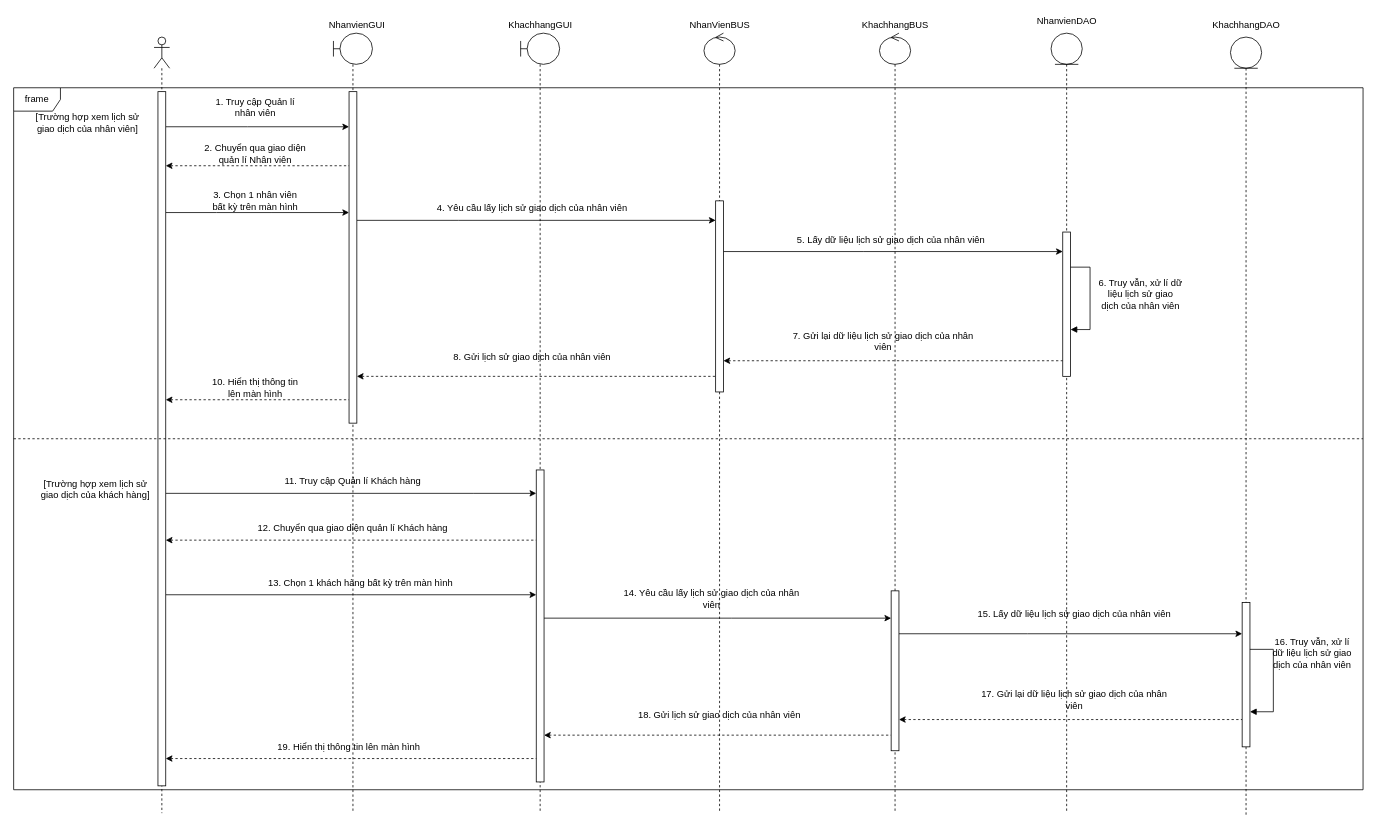
Above: Sequence Diagrams/Quân Phạm/SD_XemLịchSửGiaoDịch.drawio in EdgarIgnite16/OOAD-Project (draw.io), before the change. Source tidied: cells renumbered, new cells numbered last; positions are measured from the earlier drawing's top-left corner, leaving out a move shared by most shapes. Both pictures are drawn from the tidied source at 78%, with x=0, y=0 at pixel (13, 13).
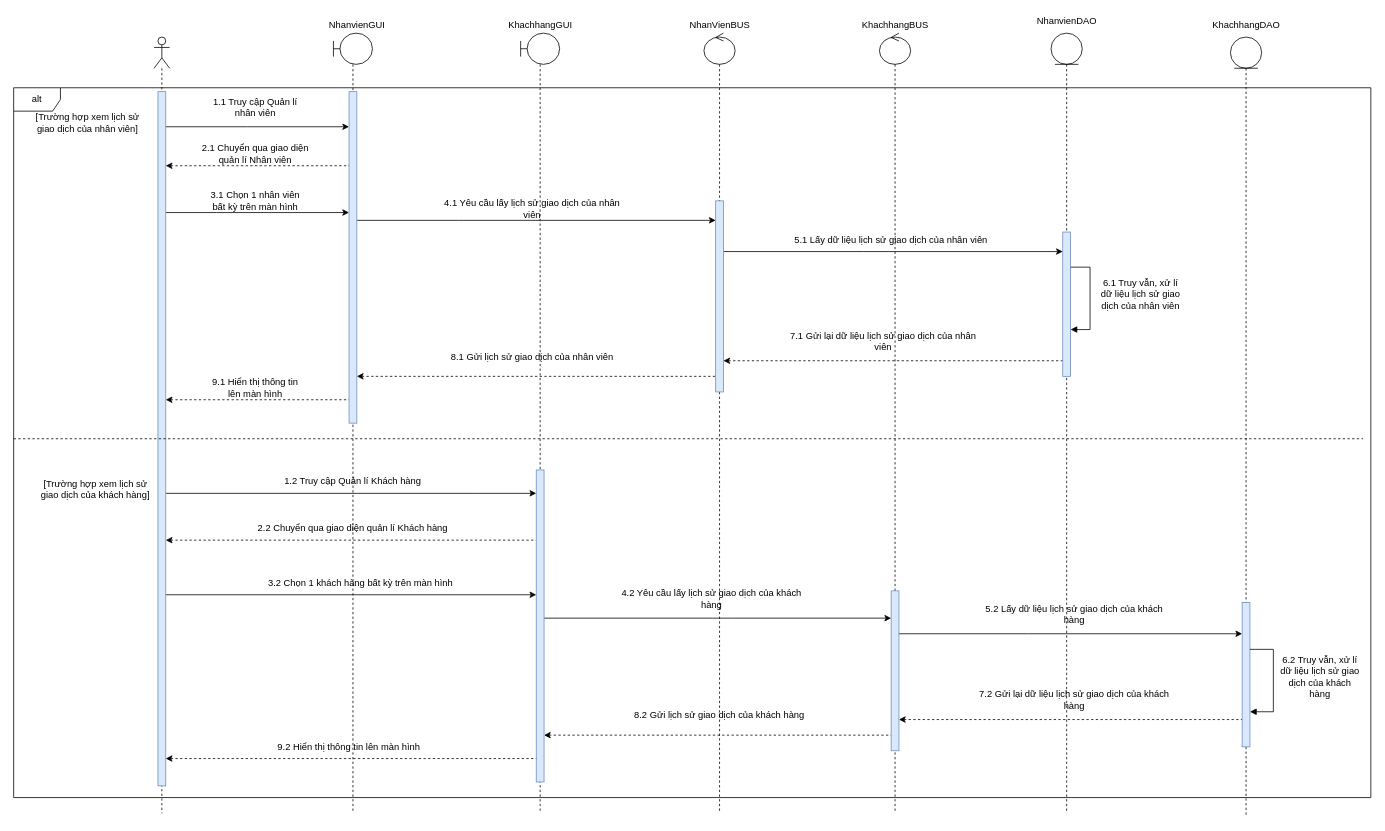
After the change.

The change refers to these unchanged cells:
```xml
<mxCell id="35" style="shape=umlLifeline;participant=umlActor;perimeter=lifelinePerimeter;whiteSpace=wrap;html=1;verticalAlign=top;spacingTop=36;" parent="1" vertex="1">
  <mxGeometry x="180" y="30" width="20" height="995" as="geometry" />
</mxCell>
<mxCell id="37" style="shape=umlLifeline;participant=umlBoundary;perimeter=lifelinePerimeter;whiteSpace=wrap;html=1;verticalAlign=top;spacingTop=36;" parent="1" vertex="1">
  <mxGeometry x="410" y="25" width="50" height="1000" as="geometry" />
</mxCell>
<mxCell id="39" style="shape=umlLifeline;participant=umlBoundary;perimeter=lifelinePerimeter;whiteSpace=wrap;html=1;verticalAlign=top;spacingTop=36;" parent="1" vertex="1">
  <mxGeometry x="650" y="25" width="50" height="1000" as="geometry" />
</mxCell>
<mxCell id="41" style="shape=umlLifeline;participant=umlControl;perimeter=lifelinePerimeter;whiteSpace=wrap;html=1;verticalAlign=top;spacingTop=36;" parent="1" vertex="1">
  <mxGeometry x="885" y="25" width="40" height="1000" as="geometry" />
</mxCell>
<mxCell id="43" style="shape=umlLifeline;participant=umlControl;perimeter=lifelinePerimeter;whiteSpace=wrap;html=1;verticalAlign=top;spacingTop=36;" parent="1" vertex="1">
  <mxGeometry x="1110" y="25" width="40" height="1000" as="geometry" />
</mxCell>
<mxCell id="45" style="shape=umlLifeline;participant=umlEntity;perimeter=lifelinePerimeter;whiteSpace=wrap;html=1;verticalAlign=top;spacingTop=36;" parent="1" vertex="1">
  <mxGeometry x="1330" y="25" width="40" height="1000" as="geometry" />
</mxCell>
<mxCell id="48" style="shape=umlLifeline;participant=umlEntity;perimeter=lifelinePerimeter;whiteSpace=wrap;html=1;verticalAlign=top;spacingTop=36;" parent="1" vertex="1">
  <mxGeometry x="1560" y="30" width="40" height="1000" as="geometry" />
</mxCell>
```

The edit, as a diff of the source:
```diff
@@
-    <mxCell id="3" value="1. Truy cập Quản lí nhân viên" style="text;html=1;strokeColor=none;fillColor=none;align=center;verticalAlign=middle;whiteSpace=wrap;rounded=0;" parent="1" vertex="1">
+    <mxCell id="3" value="1.1 Truy cập Quản lí nhân viên" style="text;html=1;strokeColor=none;fillColor=none;align=center;verticalAlign=middle;whiteSpace=wrap;rounded=0;" parent="1" vertex="1">
       <mxGeometry x="250" y="105" width="120" height="30" as="geometry" />
     </mxCell>
@@
-    <mxCell id="5" value="12. Chuyển qua giao diện quản lí Khách hàng" style="text;html=1;strokeColor=none;fillColor=none;align=center;verticalAlign=middle;whiteSpace=wrap;rounded=0;" parent="1" vertex="1">
+    <mxCell id="5" value="2.2 Chuyển qua giao diện quản lí Khách hàng" style="text;html=1;strokeColor=none;fillColor=none;align=center;verticalAlign=middle;whiteSpace=wrap;rounded=0;" parent="1" vertex="1">
       <mxGeometry x="275" y="645" width="320" height="30" as="geometry" />
     </mxCell>
@@
-    <mxCell id="7" value="3. Chọn 1 nhân viên bất kỳ trên màn hình" style="text;html=1;strokeColor=none;fillColor=none;align=center;verticalAlign=middle;whiteSpace=wrap;rounded=0;" parent="1" vertex="1">
+    <mxCell id="7" value="3.1 Chọn 1 nhân viên bất kỳ trên màn hình" style="text;html=1;strokeColor=none;fillColor=none;align=center;verticalAlign=middle;whiteSpace=wrap;rounded=0;" parent="1" vertex="1">
       <mxGeometry x="250" y="225" width="120" height="30" as="geometry" />
     </mxCell>
@@
-    <mxCell id="9" value="4. Yêu cầu lấy lịch sử giao dịch của nhân viên" style="text;html=1;strokeColor=none;fillColor=none;align=center;verticalAlign=middle;whiteSpace=wrap;rounded=0;" parent="1" vertex="1">
+    <mxCell id="9" value="4.1 Yêu cầu lấy lịch sử giao dịch của nhân viên" style="text;html=1;strokeColor=none;fillColor=none;align=center;verticalAlign=middle;whiteSpace=wrap;rounded=0;" parent="1" vertex="1">
       <mxGeometry x="540" y="235" width="250" height="30" as="geometry" />
     </mxCell>
@@
-    <mxCell id="11" value="5. Lấy dữ liệu lịch sử giao dịch của nhân viên" style="text;html=1;strokeColor=none;fillColor=none;align=center;verticalAlign=middle;whiteSpace=wrap;rounded=0;" parent="1" vertex="1">
+    <mxCell id="11" value="5.1 Lấy dữ liệu lịch sử giao dịch của nhân viên" style="text;html=1;strokeColor=none;fillColor=none;align=center;verticalAlign=middle;whiteSpace=wrap;rounded=0;" parent="1" vertex="1">
       <mxGeometry x="1000" y="275" width="250" height="30" as="geometry" />
     </mxCell>
-    <mxCell id="12" value="6. Truy vẫn, xử lí dữ liệu lịch sử giao&lt;br&gt;dịch của nhân viên" style="text;html=1;strokeColor=none;fillColor=none;align=center;verticalAlign=middle;whiteSpace=wrap;rounded=0;" parent="1" vertex="1">
+    <mxCell id="12" value="6.1 Truy vẫn, xử lí dữ liệu lịch sử giao&lt;br&gt;dịch của nhân viên" style="text;html=1;strokeColor=none;fillColor=none;align=center;verticalAlign=middle;whiteSpace=wrap;rounded=0;" parent="1" vertex="1">
       <mxGeometry x="1390" y="345" width="110" height="30" as="geometry" />
     </mxCell>
@@
-    <mxCell id="14" value="7. Gửi lại dữ liệu lịch sử giao dịch của nhân viên" style="text;html=1;strokeColor=none;fillColor=none;align=center;verticalAlign=middle;whiteSpace=wrap;rounded=0;" parent="1" vertex="1">
+    <mxCell id="14" value="7.1 Gửi lại dữ liệu lịch sử giao dịch của nhân viên" style="text;html=1;strokeColor=none;fillColor=none;align=center;verticalAlign=middle;whiteSpace=wrap;rounded=0;" parent="1" vertex="1">
       <mxGeometry x="990" y="405" width="250" height="30" as="geometry" />
     </mxCell>
@@
-    <mxCell id="16" value="8. Gửi lịch sử giao dịch của nhân viên" style="text;html=1;strokeColor=none;fillColor=none;align=center;verticalAlign=middle;whiteSpace=wrap;rounded=0;" parent="1" vertex="1">
+    <mxCell id="16" value="8.1 Gửi lịch sử giao dịch của nhân viên" style="text;html=1;strokeColor=none;fillColor=none;align=center;verticalAlign=middle;whiteSpace=wrap;rounded=0;" parent="1" vertex="1">
       <mxGeometry x="540" y="425" width="250" height="30" as="geometry" />
     </mxCell>
-    <mxCell id="17" value="10. Hiển thị thông tin lên màn hình" style="text;html=1;strokeColor=none;fillColor=none;align=center;verticalAlign=middle;whiteSpace=wrap;rounded=0;" parent="1" vertex="1">
+    <mxCell id="17" value="9.1 Hiển thị thông tin lên màn hình" style="text;html=1;strokeColor=none;fillColor=none;align=center;verticalAlign=middle;whiteSpace=wrap;rounded=0;" parent="1" vertex="1">
       <mxGeometry x="250" y="465" width="120" height="30" as="geometry" />
     </mxCell>
@@
-    <mxCell id="19" value="11. Truy cập Quản lí Khách hàng" style="text;html=1;strokeColor=none;fillColor=none;align=center;verticalAlign=middle;whiteSpace=wrap;rounded=0;" parent="1" vertex="1">
+    <mxCell id="19" value="1.2 Truy cập Quản lí Khách hàng" style="text;html=1;strokeColor=none;fillColor=none;align=center;verticalAlign=middle;whiteSpace=wrap;rounded=0;" parent="1" vertex="1">
       <mxGeometry x="330" y="585" width="210" height="30" as="geometry" />
     </mxCell>
@@
-    <mxCell id="21" value="16. Truy vẫn, xử lí dữ liệu lịch sử giao&lt;br&gt;dịch của nhân viên" style="text;html=1;strokeColor=none;fillColor=none;align=center;verticalAlign=middle;whiteSpace=wrap;rounded=0;" parent="1" vertex="1">
-      <mxGeometry x="1610" y="805" width="110" height="30" as="geometry" />
+    <mxCell id="21" value="6.2 Truy vẫn, xử lí dữ liệu lịch sử giao&lt;br&gt;dịch của khách hàng" style="text;html=1;strokeColor=none;fillColor=none;align=center;verticalAlign=middle;whiteSpace=wrap;rounded=0;" parent="1" vertex="1">
+      <mxGeometry x="1620" y="835" width="110" height="30" as="geometry" />
     </mxCell>
@@
-    <mxCell id="27" value="13. Chọn 1 khách hàng bất kỳ trên màn hình" style="text;html=1;strokeColor=none;fillColor=none;align=center;verticalAlign=middle;whiteSpace=wrap;rounded=0;" parent="1" vertex="1">
+    <mxCell id="27" value="3.2 Chọn 1 khách hàng bất kỳ trên màn hình" style="text;html=1;strokeColor=none;fillColor=none;align=center;verticalAlign=middle;whiteSpace=wrap;rounded=0;" parent="1" vertex="1">
       <mxGeometry x="300" y="715" width="290" height="30" as="geometry" />
     </mxCell>
-    <mxCell id="28" value="14. Yêu cầu lấy lịch sử giao dịch của nhân viên" style="text;html=1;strokeColor=none;fillColor=none;align=center;verticalAlign=middle;whiteSpace=wrap;rounded=0;" parent="1" vertex="1">
+    <mxCell id="28" value="4.2 Yêu cầu lấy lịch sử giao dịch của khách hàng" style="text;html=1;strokeColor=none;fillColor=none;align=center;verticalAlign=middle;whiteSpace=wrap;rounded=0;" parent="1" vertex="1">
       <mxGeometry x="770" y="735" width="250" height="30" as="geometry" />
     </mxCell>
-    <mxCell id="29" value="18. Gửi lịch sử giao dịch của nhân viên" style="text;html=1;strokeColor=none;fillColor=none;align=center;verticalAlign=middle;whiteSpace=wrap;rounded=0;" parent="1" vertex="1">
+    <mxCell id="29" value="8.2 Gửi lịch sử giao dịch của khách hàng" style="text;html=1;strokeColor=none;fillColor=none;align=center;verticalAlign=middle;whiteSpace=wrap;rounded=0;" parent="1" vertex="1">
       <mxGeometry x="780" y="885" width="250" height="30" as="geometry" />
     </mxCell>
-    <mxCell id="30" value="15. Lấy dữ liệu lịch sử giao dịch của nhân viên" style="text;html=1;strokeColor=none;fillColor=none;align=center;verticalAlign=middle;whiteSpace=wrap;rounded=0;" parent="1" vertex="1">
+    <mxCell id="30" value="5.2 Lấy dữ liệu lịch sử giao dịch của khách hàng" style="text;html=1;strokeColor=none;fillColor=none;align=center;verticalAlign=middle;whiteSpace=wrap;rounded=0;" parent="1" vertex="1">
       <mxGeometry x="1235" y="755" width="250" height="30" as="geometry" />
     </mxCell>
-    <mxCell id="31" value="17. Gửi lại dữ liệu lịch sử giao dịch của nhân viên" style="text;html=1;strokeColor=none;fillColor=none;align=center;verticalAlign=middle;whiteSpace=wrap;rounded=0;" parent="1" vertex="1">
+    <mxCell id="31" value="7.2 Gửi lại dữ liệu lịch sử giao dịch của khách hàng" style="text;html=1;strokeColor=none;fillColor=none;align=center;verticalAlign=middle;whiteSpace=wrap;rounded=0;" parent="1" vertex="1">
       <mxGeometry x="1235" y="865" width="250" height="30" as="geometry" />
     </mxCell>
-    <mxCell id="32" value="2. Chuyển qua giao diện quản lí Nhân viên" style="text;html=1;strokeColor=none;fillColor=none;align=center;verticalAlign=middle;whiteSpace=wrap;rounded=0;" parent="1" vertex="1">
+    <mxCell id="32" value="2.1 Chuyển qua giao diện quản lí Nhân viên" style="text;html=1;strokeColor=none;fillColor=none;align=center;verticalAlign=middle;whiteSpace=wrap;rounded=0;" parent="1" vertex="1">
       <mxGeometry x="240" y="165" width="140" height="30" as="geometry" />
     </mxCell>
@@
-    <mxCell id="36" style="html=1;points=[];perimeter=orthogonalPerimeter;" parent="35" vertex="1">
+    <mxCell id="36" style="html=1;points=[];perimeter=orthogonalPerimeter;fillColor=#dae8fc;strokeColor=#6c8ebf;" parent="35" vertex="1">
       <mxGeometry x="5" y="70" width="10" height="890" as="geometry" />
     </mxCell>
@@
-    <mxCell id="38" style="html=1;points=[];perimeter=orthogonalPerimeter;" parent="37" vertex="1">
+    <mxCell id="38" style="html=1;points=[];perimeter=orthogonalPerimeter;fillColor=#dae8fc;strokeColor=#6c8ebf;" parent="37" vertex="1">
       <mxGeometry x="20" y="75" width="10" height="425" as="geometry" />
     </mxCell>
@@
-    <mxCell id="40" style="html=1;points=[];perimeter=orthogonalPerimeter;" parent="39" vertex="1">
+    <mxCell id="40" style="html=1;points=[];perimeter=orthogonalPerimeter;fillColor=#dae8fc;strokeColor=#6c8ebf;" parent="39" vertex="1">
       <mxGeometry x="20" y="560" width="10" height="400" as="geometry" />
     </mxCell>
@@
-    <mxCell id="42" style="html=1;points=[];perimeter=orthogonalPerimeter;" parent="41" vertex="1">
+    <mxCell id="42" style="html=1;points=[];perimeter=orthogonalPerimeter;fillColor=#dae8fc;strokeColor=#6c8ebf;" parent="41" vertex="1">
       <mxGeometry x="15" y="215" width="10" height="245" as="geometry" />
     </mxCell>
@@
-    <mxCell id="44" style="html=1;points=[];perimeter=orthogonalPerimeter;" parent="43" vertex="1">
+    <mxCell id="44" style="html=1;points=[];perimeter=orthogonalPerimeter;fillColor=#dae8fc;strokeColor=#6c8ebf;" parent="43" vertex="1">
       <mxGeometry x="15" y="715" width="10" height="205" as="geometry" />
     </mxCell>
@@
-    <mxCell id="46" style="html=1;points=[];perimeter=orthogonalPerimeter;" parent="45" vertex="1">
+    <mxCell id="46" style="html=1;points=[];perimeter=orthogonalPerimeter;fillColor=#dae8fc;strokeColor=#6c8ebf;" parent="45" vertex="1">
       <mxGeometry x="15" y="255" width="10" height="185" as="geometry" />
     </mxCell>
@@
-    <mxCell id="49" style="html=1;points=[];perimeter=orthogonalPerimeter;" parent="48" vertex="1">
+    <mxCell id="49" style="html=1;points=[];perimeter=orthogonalPerimeter;fillColor=#dae8fc;strokeColor=#6c8ebf;" parent="48" vertex="1">
       <mxGeometry x="15" y="725" width="10" height="185" as="geometry" />
     </mxCell>
@@
-    <mxCell id="59" value="19. Hiển thị thông tin lên màn hình" style="text;html=1;strokeColor=none;fillColor=none;align=center;verticalAlign=middle;whiteSpace=wrap;rounded=0;" parent="1" vertex="1">
+    <mxCell id="59" value="9.2 Hiển thị thông tin lên màn hình" style="text;html=1;strokeColor=none;fillColor=none;align=center;verticalAlign=middle;whiteSpace=wrap;rounded=0;" parent="1" vertex="1">
       <mxGeometry x="270" y="925" width="320" height="30" as="geometry" />
     </mxCell>
-    <mxCell id="60" value="frame" style="shape=umlFrame;whiteSpace=wrap;html=1;" parent="1" vertex="1">
-      <mxGeometry y="95" width="1730" height="900" as="geometry" />
-    </mxCell>
@@
+    <mxCell id="62" value="alt" style="shape=umlFrame;whiteSpace=wrap;html=1;" parent="1" vertex="1">
+      <mxGeometry y="95" width="1740" height="910" as="geometry" />
+    </mxCell>
```
